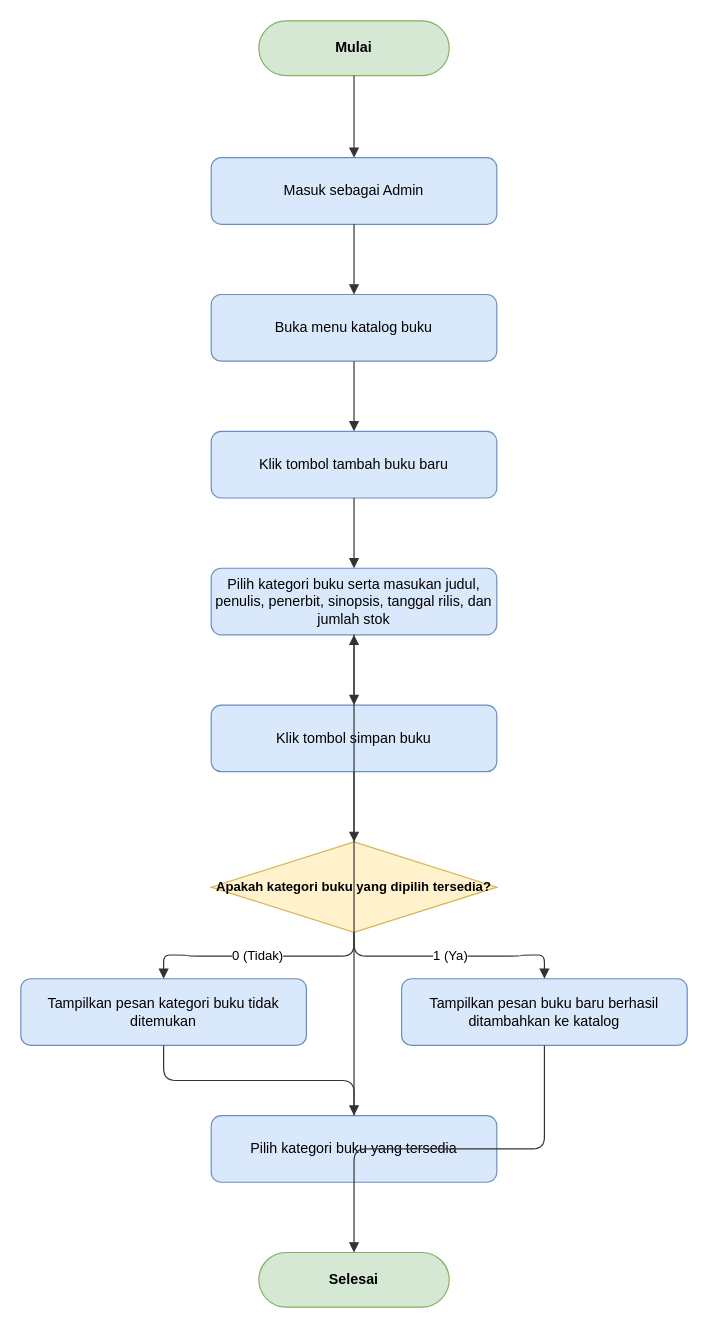
Before: page "flowchart-createbook" (3 of 25) of docs/diagrams/flowchart.drawio in dimstyle/ruang-baca, a draw.io diagram. Source tidied: cells renumbered, new cells numbered last; positions are measured from the earlier drawing's top-left corner, leaving out a move shared by most shapes. Both pictures are drawn from the tidied source at 119%, with x=0, y=0 at pixel (20, 20).
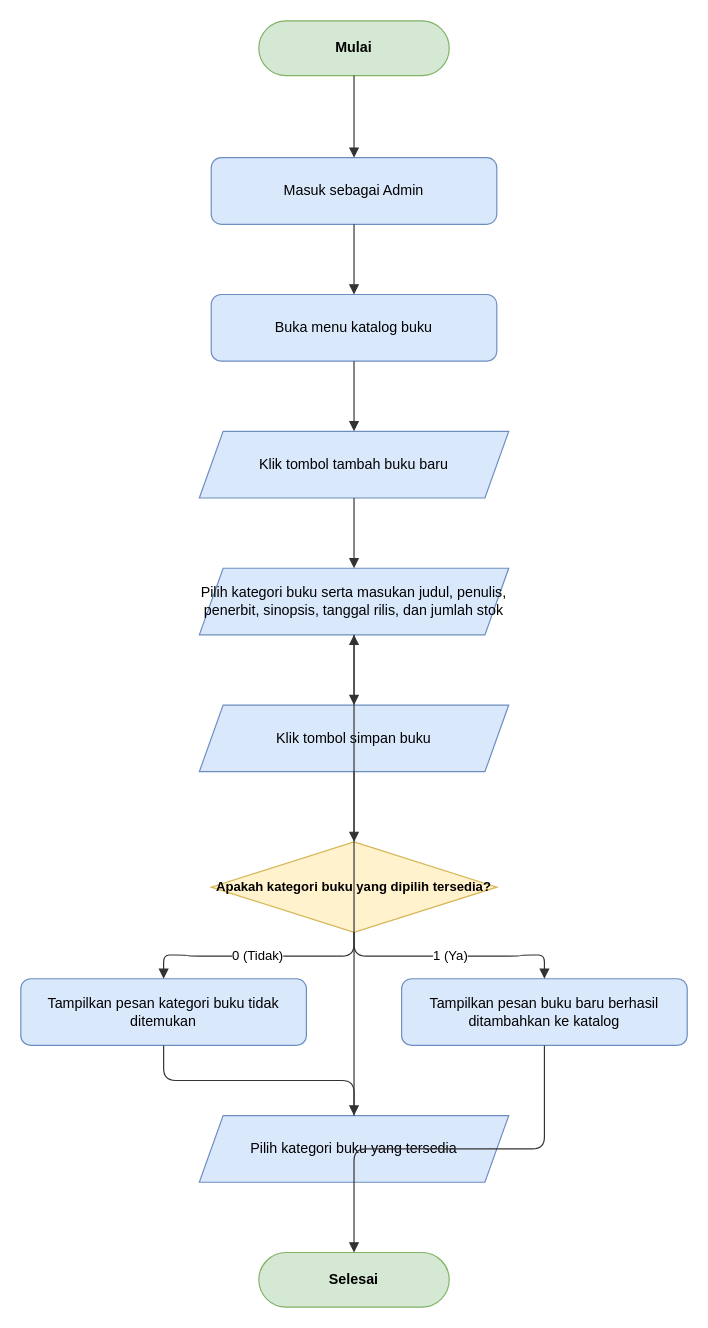
The same diagram, later.

What changed in the source:
```diff
@@
-    <mxCell id="5" value="Klik tombol tambah buku baru" style="rounded=1;whiteSpace=wrap;html=1;fillColor=#dae8fc;strokeColor=#6c8ebf;fontSize=12;" parent="1" vertex="1">
-      <mxGeometry x="160" y="345" width="240" height="56" as="geometry" />
+    <mxCell id="5" value="Klik tombol tambah buku baru" style="shape=parallelogram;perimeter=parallelogramPerimeter;whiteSpace=wrap;html=1;fixedSize=1;fillColor=#dae8fc;strokeColor=#6c8ebf;fontSize=12;" parent="1" vertex="1">
+      <mxGeometry x="150" y="345" width="260" height="56" as="geometry" />
     </mxCell>
-    <mxCell id="6" value="Pilih kategori buku serta masukan judul, penulis, penerbit, sinopsis, tanggal rilis, dan jumlah stok" style="rounded=1;whiteSpace=wrap;html=1;fillColor=#dae8fc;strokeColor=#6c8ebf;fontSize=12;" parent="1" vertex="1">
-      <mxGeometry x="160" y="460" width="240" height="56" as="geometry" />
+    <mxCell id="6" value="Pilih kategori buku serta masukan judul, penulis, penerbit, sinopsis, tanggal rilis, dan jumlah stok" style="shape=parallelogram;perimeter=parallelogramPerimeter;whiteSpace=wrap;html=1;fixedSize=1;fillColor=#dae8fc;strokeColor=#6c8ebf;fontSize=12;" parent="1" vertex="1">
+      <mxGeometry x="150" y="460" width="260" height="56" as="geometry" />
     </mxCell>
-    <mxCell id="7" value="Klik tombol simpan buku" style="rounded=1;whiteSpace=wrap;html=1;fillColor=#dae8fc;strokeColor=#6c8ebf;fontSize=12;" parent="1" vertex="1">
-      <mxGeometry x="160" y="575" width="240" height="56" as="geometry" />
+    <mxCell id="7" value="Klik tombol simpan buku" style="shape=parallelogram;perimeter=parallelogramPerimeter;whiteSpace=wrap;html=1;fixedSize=1;fillColor=#dae8fc;strokeColor=#6c8ebf;fontSize=12;" parent="1" vertex="1">
+      <mxGeometry x="150" y="575" width="260" height="56" as="geometry" />
     </mxCell>
@@
-    <mxCell id="11" value="Pilih kategori buku yang tersedia" style="rounded=1;whiteSpace=wrap;html=1;fillColor=#dae8fc;strokeColor=#6c8ebf;fontSize=12;" parent="1" vertex="1">
-      <mxGeometry x="160" y="920" width="240" height="56" as="geometry" />
+    <mxCell id="11" value="Pilih kategori buku yang tersedia" style="shape=parallelogram;perimeter=parallelogramPerimeter;whiteSpace=wrap;html=1;fixedSize=1;fillColor=#dae8fc;strokeColor=#6c8ebf;fontSize=12;" parent="1" vertex="1">
+      <mxGeometry x="150" y="920" width="260" height="56" as="geometry" />
     </mxCell>
```
